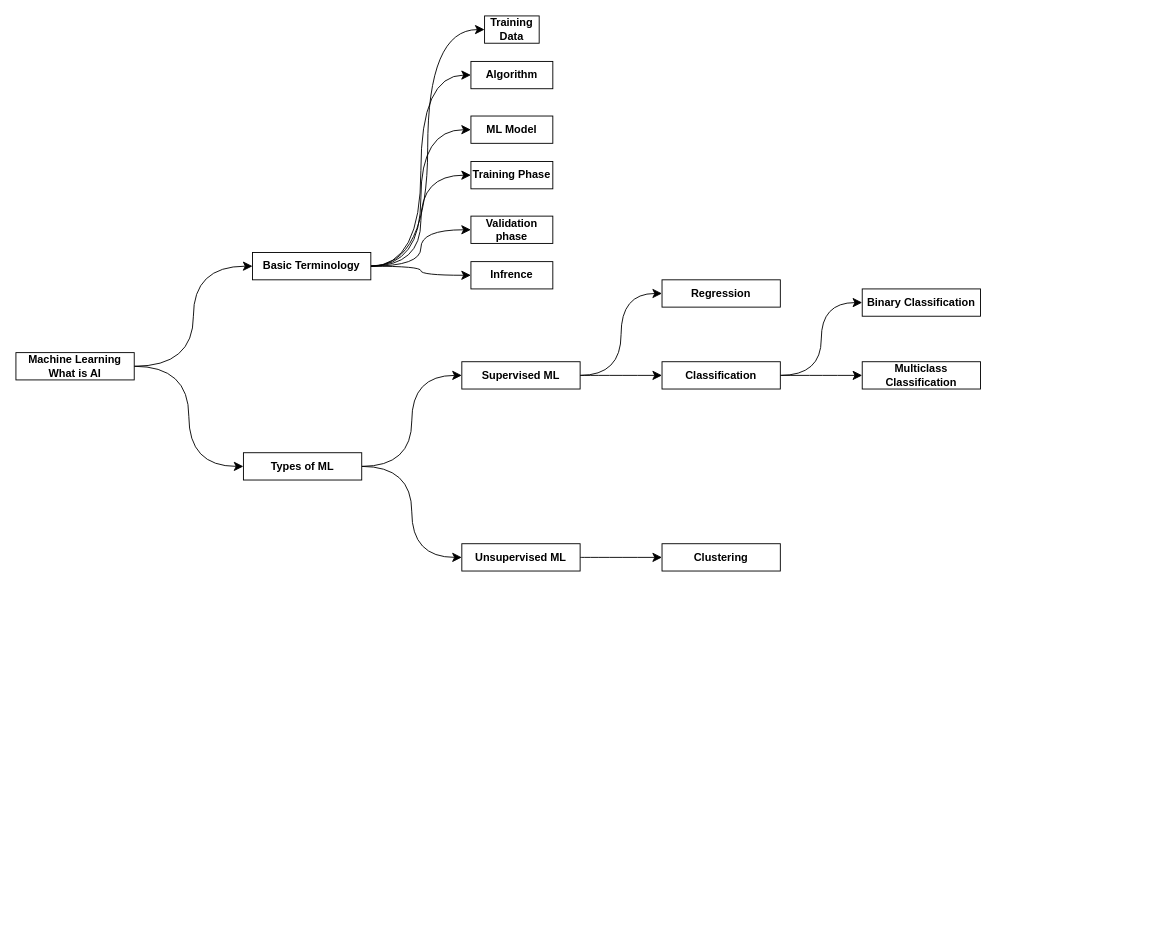
This is page "ML" (2 of 3) of AI.drawio from Gaur4vGaur/probable-octo, a draw.io file, before an edit. Source tidied: cells renumbered, new cells numbered last; positions are measured from the earlier drawing's top-left corner, leaving out a move shared by most shapes. Both pictures are drawn from the tidied source at 91%, with x=0, y=0 at pixel (15, 15).
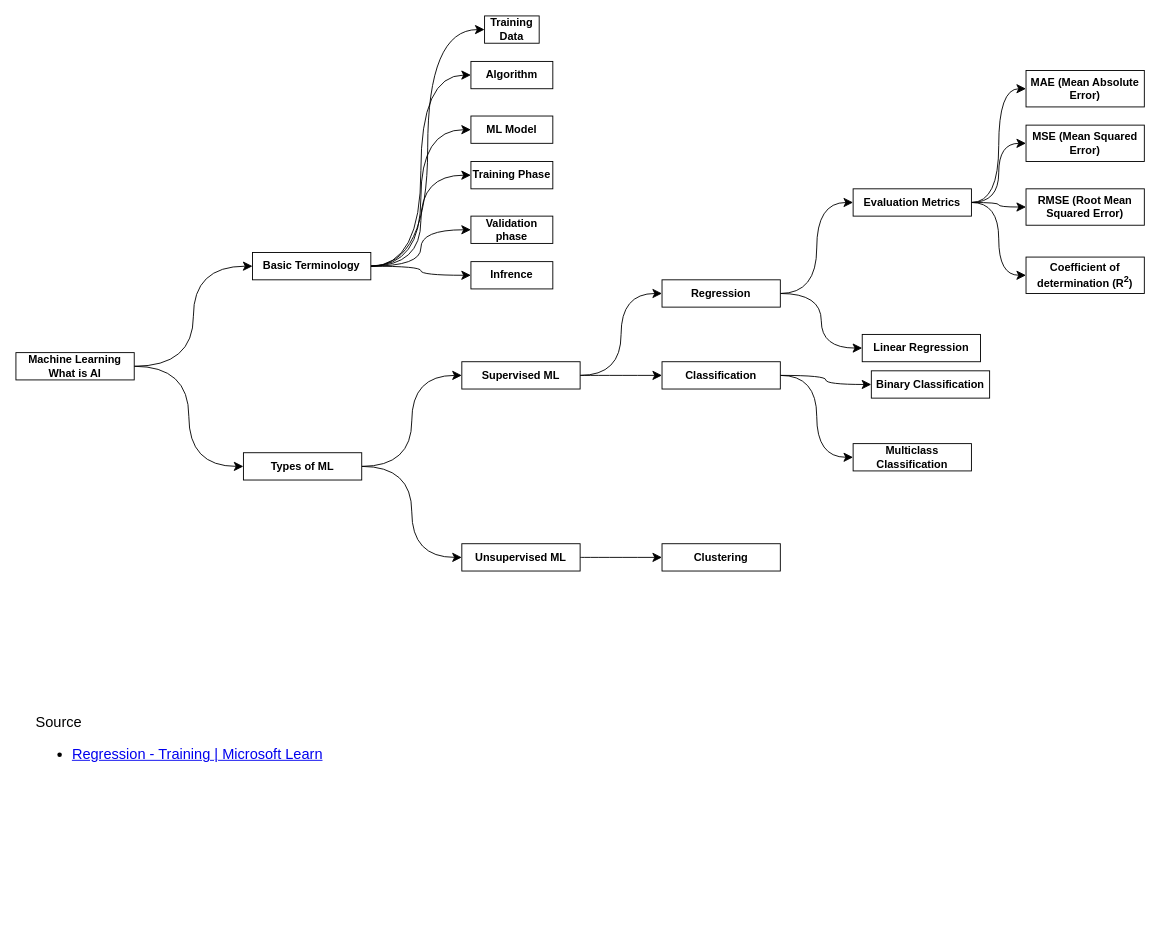
After the change.

Unchanged cells that the change refers to:
```xml
<mxCell id="26" value="&lt;b&gt;Regression&lt;/b&gt;" style="rounded=0;whiteSpace=wrap;html=1;" parent="1" vertex="1">
  <mxGeometry x="710" y="290" width="130" height="30" as="geometry" />
</mxCell>
```

Change to the diagram source:
```diff
@@
+    <mxCell id="33" style="edgeStyle=orthogonalEdgeStyle;curved=1;rounded=0;jettySize=auto;html=1;fontSize=12;startSize=8;endSize=8;entryX=0;entryY=0.5;entryDx=0;entryDy=0;" parent="1" edge="1" source="26" target="35">
+      <mxGeometry relative="1" as="geometry" />
+    </mxCell>
+    <mxCell id="34" style="edgeStyle=orthogonalEdgeStyle;curved=1;rounded=0;jettySize=auto;html=1;strokeColor=default;align=center;verticalAlign=middle;fontFamily=Helvetica;fontSize=12;fontColor=default;labelBackgroundColor=default;startSize=8;endArrow=classic;endSize=8;entryX=0;entryY=0.5;entryDx=0;entryDy=0;" parent="1" edge="1" source="26" target="41">
+      <mxGeometry relative="1" as="geometry" />
+    </mxCell>
@@
     <mxCell id="30" value="&lt;b&gt;Binary Classification&lt;/b&gt;" style="rounded=0;whiteSpace=wrap;html=1;" parent="1" vertex="1">
-      <mxGeometry x="930" y="300" width="130" height="30" as="geometry" />
+      <mxGeometry x="940" y="390" width="130" height="30" as="geometry" />
     </mxCell>
     <mxCell id="31" value="&lt;b&gt;Multiclass Classification&lt;/b&gt;" style="rounded=0;whiteSpace=wrap;html=1;" parent="1" vertex="1">
-      <mxGeometry x="930" y="380" width="130" height="30" as="geometry" />
+      <mxGeometry x="920" y="470" width="130" height="30" as="geometry" />
     </mxCell>
@@
+    <mxCell id="35" value="&lt;b&gt;Linear Regression&lt;/b&gt;" style="rounded=0;whiteSpace=wrap;html=1;" parent="1" vertex="1">
+      <mxGeometry x="930" y="350" width="130" height="30" as="geometry" />
+    </mxCell>
+    <mxCell id="36" value="Source&lt;br&gt;&lt;ul&gt;&lt;li&gt;&lt;a href=&quot;https://learn.microsoft.com/en-us/training/modules/fundamentals-machine-learning/4-regression&quot;&gt;Regression - Training | Microsoft Learn&lt;/a&gt;&lt;/li&gt;&lt;/ul&gt;" style="text;html=1;align=left;verticalAlign=top;whiteSpace=wrap;rounded=0;fontSize=16;" parent="1" vertex="1">
+      <mxGeometry x="20" y="760" width="710" height="230" as="geometry" />
+    </mxCell>
+    <mxCell id="37" style="edgeStyle=orthogonalEdgeStyle;curved=1;rounded=0;jettySize=auto;html=1;strokeColor=default;align=center;verticalAlign=middle;fontFamily=Helvetica;fontSize=12;fontColor=default;labelBackgroundColor=default;startSize=8;endArrow=classic;endSize=8;entryX=0;entryY=0.5;entryDx=0;entryDy=0;" parent="1" edge="1" source="41" target="42">
+      <mxGeometry relative="1" as="geometry" />
+    </mxCell>
+    <mxCell id="38" style="edgeStyle=orthogonalEdgeStyle;curved=1;rounded=0;jettySize=auto;html=1;entryX=0;entryY=0.5;entryDx=0;entryDy=0;strokeColor=default;align=center;verticalAlign=middle;fontFamily=Helvetica;fontSize=12;fontColor=default;labelBackgroundColor=default;startSize=8;endArrow=classic;endSize=8;" parent="1" edge="1" source="41" target="43">
+      <mxGeometry relative="1" as="geometry" />
+    </mxCell>
+    <mxCell id="39" style="edgeStyle=orthogonalEdgeStyle;curved=1;rounded=0;jettySize=auto;html=1;entryX=0;entryY=0.5;entryDx=0;entryDy=0;strokeColor=default;align=center;verticalAlign=middle;fontFamily=Helvetica;fontSize=12;fontColor=default;labelBackgroundColor=default;startSize=8;endArrow=classic;endSize=8;" parent="1" edge="1" source="41" target="44">
+      <mxGeometry relative="1" as="geometry" />
+    </mxCell>
+    <mxCell id="40" style="edgeStyle=orthogonalEdgeStyle;curved=1;rounded=0;jettySize=auto;html=1;entryX=0;entryY=0.5;entryDx=0;entryDy=0;strokeColor=default;align=center;verticalAlign=middle;fontFamily=Helvetica;fontSize=12;fontColor=default;labelBackgroundColor=default;startSize=8;endArrow=classic;endSize=8;" parent="1" edge="1" source="41" target="45">
+      <mxGeometry relative="1" as="geometry" />
+    </mxCell>
+    <mxCell id="41" value="&lt;b&gt;Evaluation Metrics&lt;/b&gt;" style="rounded=0;whiteSpace=wrap;html=1;" parent="1" vertex="1">
+      <mxGeometry x="920" y="190" width="130" height="30" as="geometry" />
+    </mxCell>
+    <mxCell id="42" value="&lt;b&gt;MAE (Mean Absolute Error)&lt;/b&gt;" style="rounded=0;whiteSpace=wrap;html=1;" parent="1" vertex="1">
+      <mxGeometry x="1110" y="60" width="130" height="40" as="geometry" />
+    </mxCell>
+    <mxCell id="43" value="&lt;b&gt;MSE (Mean Squared Error)&lt;/b&gt;" style="rounded=0;whiteSpace=wrap;html=1;" parent="1" vertex="1">
+      <mxGeometry x="1110" y="120" width="130" height="40" as="geometry" />
+    </mxCell>
+    <mxCell id="44" value="&lt;b&gt;RMSE (Root Mean Squared Error)&lt;/b&gt;" style="rounded=0;whiteSpace=wrap;html=1;" parent="1" vertex="1">
+      <mxGeometry x="1110" y="190" width="130" height="40" as="geometry" />
+    </mxCell>
+    <mxCell id="45" value="&lt;b&gt;Coefficient of determination (R&lt;sup&gt;2&lt;/sup&gt;)&lt;/b&gt;" style="rounded=0;whiteSpace=wrap;html=1;" parent="1" vertex="1">
+      <mxGeometry x="1110" y="265" width="130" height="40" as="geometry" />
+    </mxCell>
```
